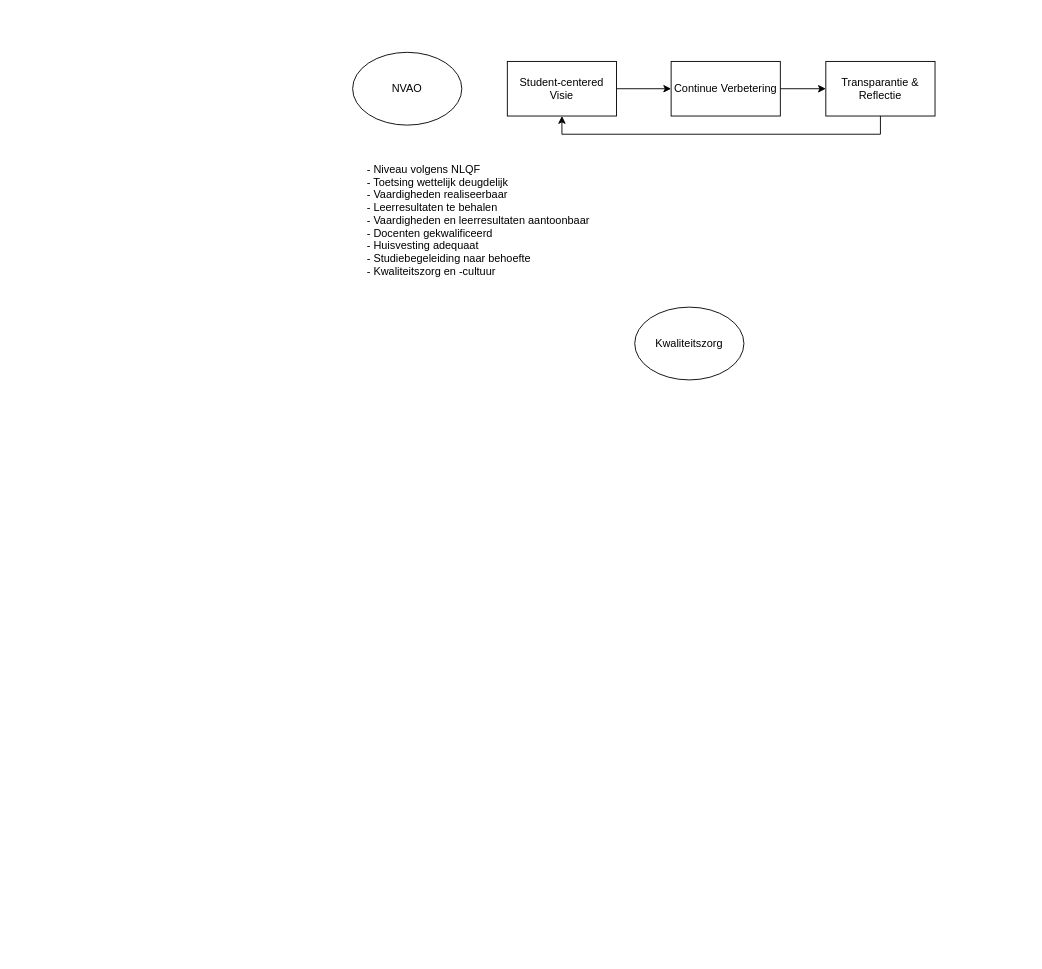
This is BDB.drawio from wieberinsma/bdb-drawio, a draw.io file, before an edit. Source tidied: cells renumbered, new cells numbered last; positions are measured from the earlier drawing's top-left corner, leaving out a move shared by most shapes. Both pictures are drawn from the tidied source at 91%, with x=0, y=0 at pixel (352, 52).
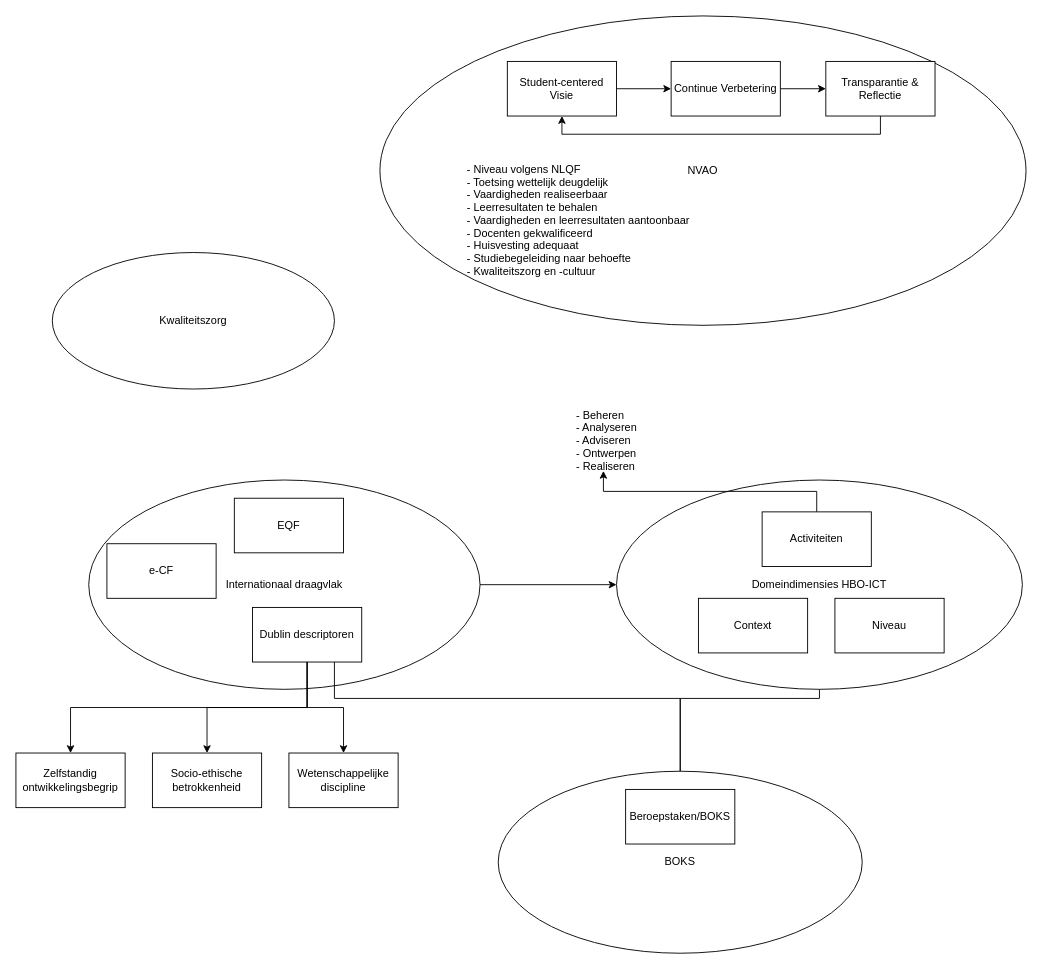
The same diagram, later.

The edit, as a diff of the source:
```diff
@@
+    <mxCell id="9" value="NVAO" style="ellipse;whiteSpace=wrap;html=1;" parent="1" vertex="1">
+      <mxGeometry x="30" y="-40" width="710" height="340" as="geometry" />
+    </mxCell>
     <mxCell id="2" value="&lt;div&gt;Kwaliteitszorg&lt;/div&gt;" style="ellipse;whiteSpace=wrap;html=1;" parent="1" vertex="1">
-      <mxGeometry x="310" y="280" width="120" height="80" as="geometry" />
+      <mxGeometry x="-330" y="220" width="310" height="150" as="geometry" />
     </mxCell>
@@
-    <mxCell id="9" value="NVAO" style="ellipse;whiteSpace=wrap;html=1;" parent="1" vertex="1">
-      <mxGeometry width="120" height="80" as="geometry" />
-    </mxCell>
     <mxCell id="10" value="- Niveau volgens NLQF&#10;- Toetsing wettelijk deugdelijk&#10;- Vaardigheden realiseerbaar&#10;- Leerresultaten te behalen&#10;- Vaardigheden en leerresultaten aantoonbaar&#10;- Docenten gekwalificeerd&#10;- Huisvesting adequaat&#10;- Studiebegeleiding naar behoefte&#10;- Kwaliteitszorg en -cultuur&#10;&#10;&#10;&#10;&#10;" style="text;strokeColor=none;fillColor=none;align=left;verticalAlign=middle;spacingLeft=4;spacingRight=4;overflow=hidden;fontStyle=0;" parent="1" vertex="1">
-      <mxGeometry x="10" y="120" width="260" height="130" as="geometry" />
+      <mxGeometry x="120" y="120" width="260" height="130" as="geometry" />
     </mxCell>
+    <mxCell id="11" style="edgeStyle=orthogonalEdgeStyle;rounded=0;jettySize=auto;html=1;exitX=1;exitY=0.5;exitDx=0;exitDy=0;" parent="1" edge="1" source="12" target="24">
+      <mxGeometry relative="1" as="geometry" />
+    </mxCell>
+    <mxCell id="12" value="Internationaal draagvlak" style="ellipse;whiteSpace=wrap;html=1;" parent="1" vertex="1">
+      <mxGeometry x="-290" y="470" width="430" height="230" as="geometry" />
+    </mxCell>
+    <mxCell id="13" value="EQF" style="rounded=0;whiteSpace=wrap;html=1;" parent="1" vertex="1">
+      <mxGeometry x="-130" y="490" width="120" height="60" as="geometry" />
+    </mxCell>
+    <mxCell id="14" style="edgeStyle=orthogonalEdgeStyle;rounded=0;jettySize=auto;html=1;exitX=0.5;exitY=1;exitDx=0;exitDy=0;" parent="1" edge="1" source="18" target="20">
+      <mxGeometry relative="1" as="geometry" />
+    </mxCell>
+    <mxCell id="15" style="edgeStyle=orthogonalEdgeStyle;rounded=0;jettySize=auto;html=1;" parent="1" edge="1" source="18" target="21">
+      <mxGeometry relative="1" as="geometry" />
+    </mxCell>
+    <mxCell id="16" style="edgeStyle=orthogonalEdgeStyle;rounded=0;jettySize=auto;html=1;exitX=0.5;exitY=1;exitDx=0;exitDy=0;" parent="1" edge="1" source="18" target="22">
+      <mxGeometry relative="1" as="geometry" />
+    </mxCell>
+    <mxCell id="17" style="edgeStyle=orthogonalEdgeStyle;rounded=0;jettySize=auto;html=1;exitX=0.75;exitY=1;exitDx=0;exitDy=0;" parent="1" edge="1" source="18" target="31">
+      <mxGeometry relative="1" as="geometry">
+        <Array as="points">
+          <mxPoint x="-20" y="710" />
+          <mxPoint x="360" y="710" />
+        </Array>
+      </mxGeometry>
+    </mxCell>
+    <mxCell id="18" value="Dublin descriptoren" style="rounded=0;whiteSpace=wrap;html=1;" parent="1" vertex="1">
+      <mxGeometry x="-110" y="610" width="120" height="60" as="geometry" />
+    </mxCell>
+    <mxCell id="19" value="e-CF" style="rounded=0;whiteSpace=wrap;html=1;" parent="1" vertex="1">
+      <mxGeometry x="-270" y="540" width="120" height="60" as="geometry" />
+    </mxCell>
+    <mxCell id="20" value="Wetenschappelijke discipline" style="rounded=0;whiteSpace=wrap;html=1;" parent="1" vertex="1">
+      <mxGeometry x="-70" y="770" width="120" height="60" as="geometry" />
+    </mxCell>
+    <mxCell id="21" value="Socio-ethische betrokkenheid" style="rounded=0;whiteSpace=wrap;html=1;" parent="1" vertex="1">
+      <mxGeometry x="-220" y="770" width="120" height="60" as="geometry" />
+    </mxCell>
+    <mxCell id="22" value="Zelfstandig ontwikkelingsbegrip" style="rounded=0;whiteSpace=wrap;html=1;" parent="1" vertex="1">
+      <mxGeometry x="-370" y="770" width="120" height="60" as="geometry" />
+    </mxCell>
+    <mxCell id="23" style="edgeStyle=orthogonalEdgeStyle;rounded=0;jettySize=auto;html=1;" parent="1" edge="1" source="24" target="31">
+      <mxGeometry relative="1" as="geometry">
+        <Array as="points">
+          <mxPoint x="513" y="710" />
+          <mxPoint x="360" y="710" />
+        </Array>
+      </mxGeometry>
+    </mxCell>
+    <mxCell id="24" value="&lt;div&gt;Domeindimensies HBO-ICT&lt;/div&gt;" style="ellipse;whiteSpace=wrap;html=1;" parent="1" vertex="1">
+      <mxGeometry x="290" y="470" width="446" height="230" as="geometry" />
+    </mxCell>
+    <mxCell id="25" style="edgeStyle=orthogonalEdgeStyle;rounded=0;jettySize=auto;html=1;exitX=0.5;exitY=0;exitDx=0;exitDy=0;entryX=0.445;entryY=1;entryDx=0;entryDy=0;entryPerimeter=0;" parent="1" edge="1" source="26" target="29">
+      <mxGeometry relative="1" as="geometry" />
+    </mxCell>
+    <mxCell id="26" value="Activiteiten" style="rounded=0;whiteSpace=wrap;html=1;" parent="1" vertex="1">
+      <mxGeometry x="450" y="505" width="120" height="60" as="geometry" />
+    </mxCell>
+    <mxCell id="27" value="Niveau" style="rounded=0;whiteSpace=wrap;html=1;" parent="1" vertex="1">
+      <mxGeometry x="530" y="600" width="120" height="60" as="geometry" />
+    </mxCell>
+    <mxCell id="28" value="Context" style="rounded=0;whiteSpace=wrap;html=1;" parent="1" vertex="1">
+      <mxGeometry x="380" y="600" width="120" height="60" as="geometry" />
+    </mxCell>
+    <mxCell id="29" value="- Beheren&#10;- Analyseren&#10;- Adviseren&#10;- Ontwerpen&#10;- Realiseren&#10;" style="text;strokeColor=none;fillColor=none;align=left;verticalAlign=middle;spacingLeft=4;spacingRight=4;overflow=hidden;points=[[0,0.5],[1,0.5]];portConstraint=eastwest;" parent="1" vertex="1">
+      <mxGeometry x="240" y="390" width="80" height="70" as="geometry" />
+    </mxCell>
+    <mxCell id="30" value="&lt;div&gt;BOKS&lt;/div&gt;" style="ellipse;whiteSpace=wrap;html=1;" parent="1" vertex="1">
+      <mxGeometry x="160" y="790" width="400" height="200" as="geometry" />
+    </mxCell>
+    <mxCell id="31" value="Beroepstaken/BOKS" style="whiteSpace=wrap;html=1;" parent="1" vertex="1">
+      <mxGeometry x="300" y="810" width="120" height="60" as="geometry" />
+    </mxCell>
```
